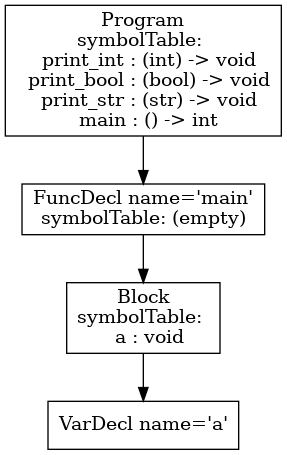
Earlier version of the Graphviz export p3-analysis/tree.png (dada1802/cs432-project). Its source is kept beside it as p3-analysis/tree.dot.
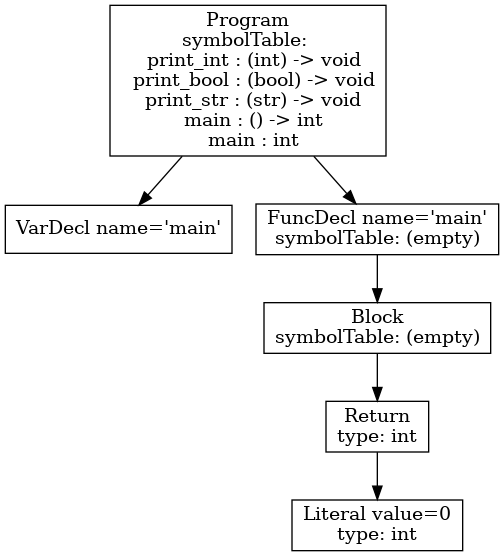
Above is the later version.

Change to the diagram source:
```diff
@@ -1,9 +1,13 @@
 digraph AST {
-3 [shape=box, label="VarDecl name='a'"];
-2 [shape=box, label="Block\nsymbolTable: \n  a : void"];
+1 [shape=box, label="VarDecl name='main'"];
+5 [shape=box, label="Literal value=0\ntype: int"];
+4 [shape=box, label="Return\ntype: int"];
+4 -> 5;
+3 [shape=box, label="Block\nsymbolTable: (empty)"];
+3 -> 4;
+2 [shape=box, label="FuncDecl name='main'\nsymbolTable: (empty)"];
 2 -> 3;
-1 [shape=box, label="FuncDecl name='main'\nsymbolTable: (empty)"];
-1 -> 2;
-0 [shape=box, label="Program\nsymbolTable: \n  print_int : (int) -> void\n  print_bool : (bool) -> void\n  print_str : (str) -> void\n  main : () -> int"];
+0 [shape=box, label="Program\nsymbolTable: \n  print_int : (int) -> void\n  print_bool : (bool) -> void\n  print_str : (str) -> void\n  main : () -> int\n  main : int"];
 0 -> 1;
+0 -> 2;
 }
```
